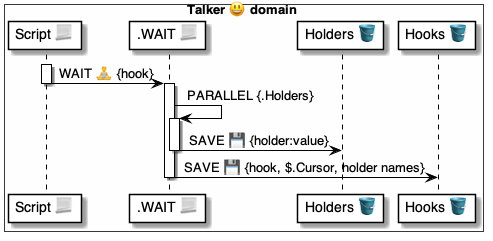
Above: 4 ⚙️ Solution/35 💬 Chats/Scripts 📃/📃 control ▶️/WAIT 🧘/🧘 WAIT ⚙️ uml.png in pollyweb-org/pollyweb-docs (PlantUML), before the change. Its source is kept beside it as 4 ⚙️ Solution/35 💬 Chats/Scripts 📃/📃 control ▶️/WAIT 🧘/🧘 WAIT ⚙️ uml.puml.
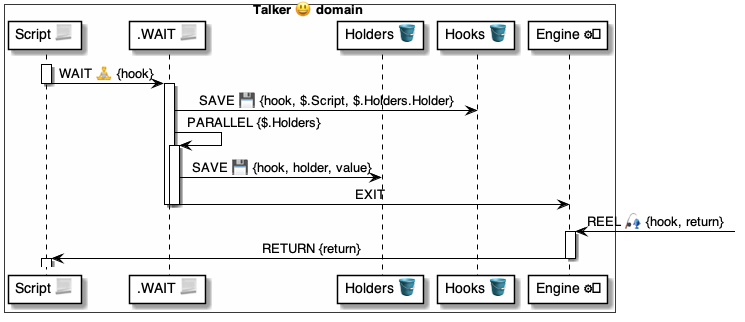
The same file after the commit.

Change to the diagram source:
```diff
@@ -2,24 +2,34 @@
 
 box Talker 😃 domain #FFFFFA
     participant "Script 📃" as script
-    participant ".WAIT 📃" as talker
+    participant ".WAIT 📃" as wait
     participant "Holders 🪣" as holders
     participant "Hooks 🪣" as hooks
+    participant "Engine ⚙️" as engine
 end box
 
 
 activate script
-    script -> talker: WAIT 🧘 {hook}
+    script -> wait: WAIT 🧘 {hook}
 deactivate script
 
-activate talker
+activate wait
 
-    talker -> talker: PARALLEL {.Holders}
-    activate talker
-        talker -> holders: SAVE 💾 {holder:value}
-    deactivate talker
+    wait -> hooks: SAVE 💾 {hook, $.Script, $.Holders.Holder}
 
-    talker -> hooks: SAVE 💾 {hook, $.Cursor, holder names}
-deactivate talker
+    wait -> wait: PARALLEL {$.Holders}
+    activate wait
+        wait -> holders: SAVE 💾 {hook, holder, value}
+        wait -> engine: EXIT
+    deactivate wait
+
+deactivate wait
+
+engine <- : REEL 🎣 {hook, return}
+activate engine
+    engine -> script: RETURN {return}
+deactivate engine
+
+activate script
 
 @enduml
```
